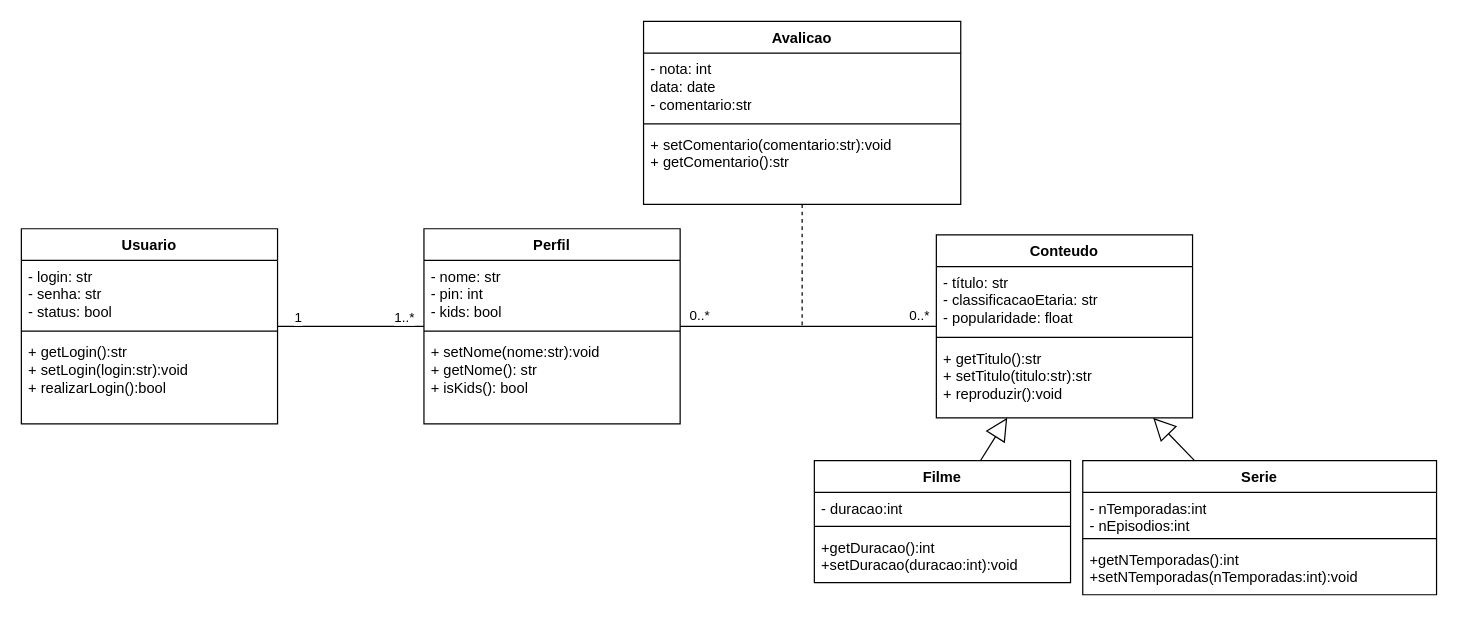
Before: engenharia de software/modelos/diagrama-de-calsses-netflix-completo.drawio in gean821/GestaoDeProjetos, a draw.io diagram. Source tidied: cells renumbered, new cells numbered last; positions are measured from the earlier drawing's top-left corner, leaving out a move shared by most shapes. Both pictures are drawn from the tidied source at 122%, with x=0, y=0 at pixel (21, 21).
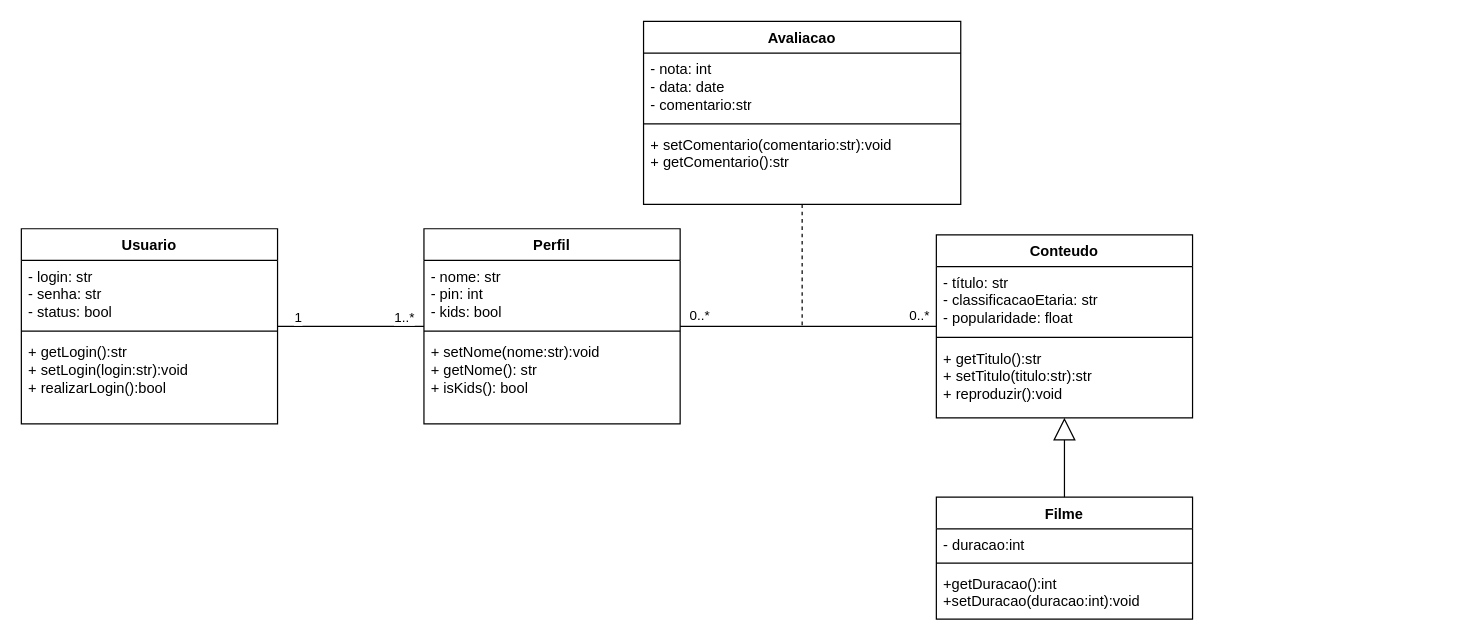
Above is the later version.

Unchanged cells that the change refers to:
```xml
<mxCell id="13" value="Conteudo" style="swimlane;fontStyle=1;align=center;verticalAlign=top;horizontal=1;startSize=26;whiteSpace=wrap;html=1;" parent="1" vertex="1">
  <mxGeometry x="750" y="175" width="210" height="150" as="geometry" />
</mxCell>
```

Diff of the diagram source:
```diff
@@
     <mxCell id="17" value="Filme" style="swimlane;fontStyle=1;align=center;verticalAlign=top;horizontal=1;startSize=26;whiteSpace=wrap;html=1;" parent="1" vertex="1">
-      <mxGeometry x="650" y="360" width="210" height="100" as="geometry" />
+      <mxGeometry x="750" y="390" width="210" height="100" as="geometry" />
     </mxCell>
@@
-    <mxCell id="22" value="Serie" style="swimlane;fontStyle=1;align=center;verticalAlign=top;horizontal=1;startSize=26;whiteSpace=wrap;html=1;" parent="1" vertex="1">
-      <mxGeometry x="870" y="360" width="290" height="110" as="geometry" />
-    </mxCell>
-    <mxCell id="23" value="&lt;div&gt;- nTemporadas:int&lt;/div&gt;&lt;div&gt;- nEpisodios:int&lt;/div&gt;" style="text;strokeColor=none;fillColor=none;align=left;verticalAlign=top;spacingLeft=4;spacingRight=4;overflow=hidden;whiteSpace=wrap;html=1;" parent="22" vertex="1">
-      <mxGeometry y="26" width="290" height="34" as="geometry" />
-    </mxCell>
-    <mxCell id="24" style="line;strokeWidth=1;fillColor=none;align=left;verticalAlign=middle;spacingTop=-1;spacingLeft=3;spacingRight=3;labelPosition=right;strokeColor=inherit;" parent="22" vertex="1">
-      <mxGeometry y="60" width="290" height="8" as="geometry" />
-    </mxCell>
-    <mxCell id="25" value="&lt;div&gt;+getNTemporadas():int&lt;/div&gt;&lt;div&gt;+setNTemporadas(nTemporadas:int):void&lt;/div&gt;" style="text;strokeColor=none;fillColor=none;align=left;verticalAlign=top;spacingLeft=4;spacingRight=4;overflow=hidden;whiteSpace=wrap;html=1;" parent="22" vertex="1">
-      <mxGeometry y="68" width="290" height="42" as="geometry" />
-    </mxCell>
-    <mxCell id="26" style="endArrow=block;endSize=16;endFill=0;html=1;rounded=0;" parent="1" edge="1" source="22" target="13">
-      <mxGeometry relative="1" as="geometry" />
-    </mxCell>
-    <mxCell id="27" value="Avalicao" style="swimlane;fontStyle=1;align=center;verticalAlign=top;horizontal=1;startSize=26;whiteSpace=wrap;html=1;" parent="1" vertex="1">
+    <mxCell id="27" value="Avaliacao" style="swimlane;fontStyle=1;align=center;verticalAlign=top;horizontal=1;startSize=26;whiteSpace=wrap;html=1;" parent="1" vertex="1">
       <mxGeometry x="510" width="260" height="150" as="geometry" />
     </mxCell>
-    <mxCell id="28" value="&lt;div&gt;- nota: int&lt;/div&gt;&lt;div&gt;data: date&lt;/div&gt;&lt;div&gt;- comentario:str&lt;/div&gt;" style="text;strokeColor=none;fillColor=none;align=left;verticalAlign=top;spacingLeft=4;spacingRight=4;overflow=hidden;whiteSpace=wrap;html=1;" parent="27" vertex="1">
+    <mxCell id="28" value="&lt;div&gt;- nota: int&lt;/div&gt;&lt;div&gt;- data: date&lt;/div&gt;&lt;div&gt;- comentario:str&lt;/div&gt;" style="text;strokeColor=none;fillColor=none;align=left;verticalAlign=top;spacingLeft=4;spacingRight=4;overflow=hidden;whiteSpace=wrap;html=1;" parent="27" vertex="1">
       <mxGeometry y="26" width="260" height="54" as="geometry" />
     </mxCell>
```
